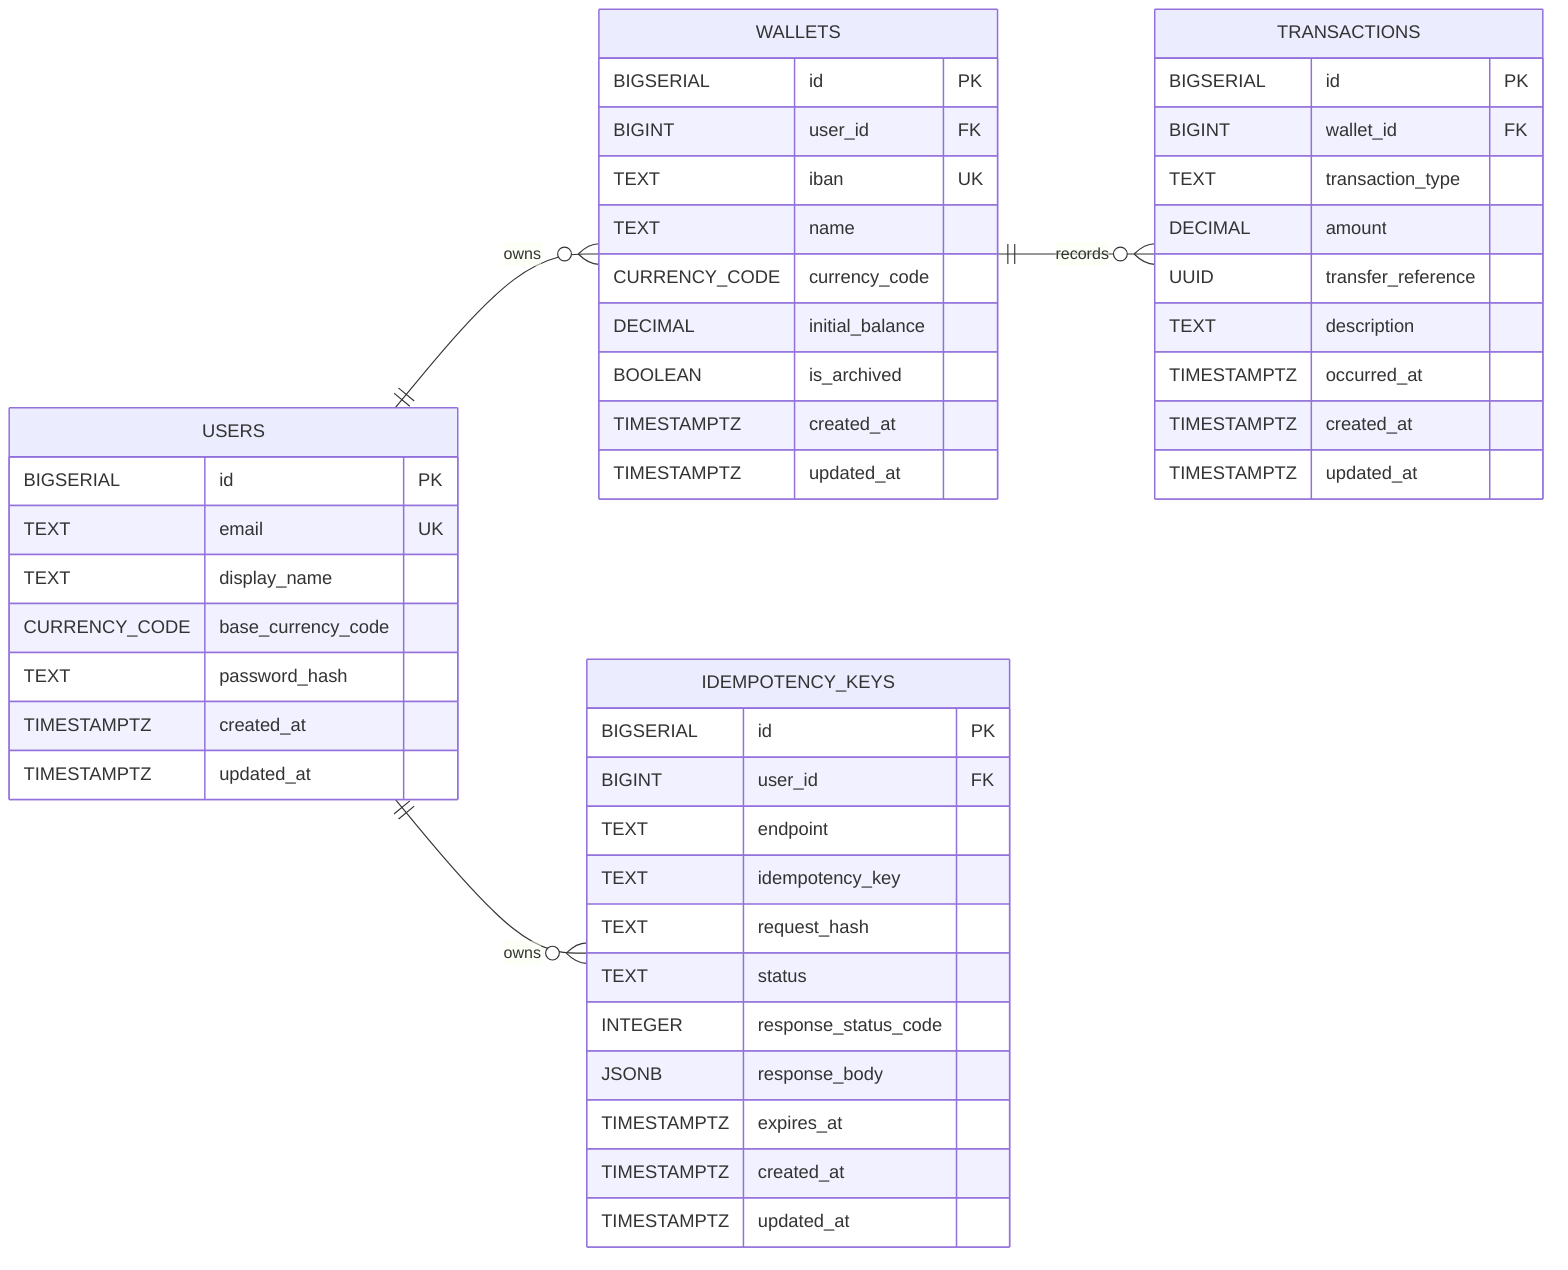
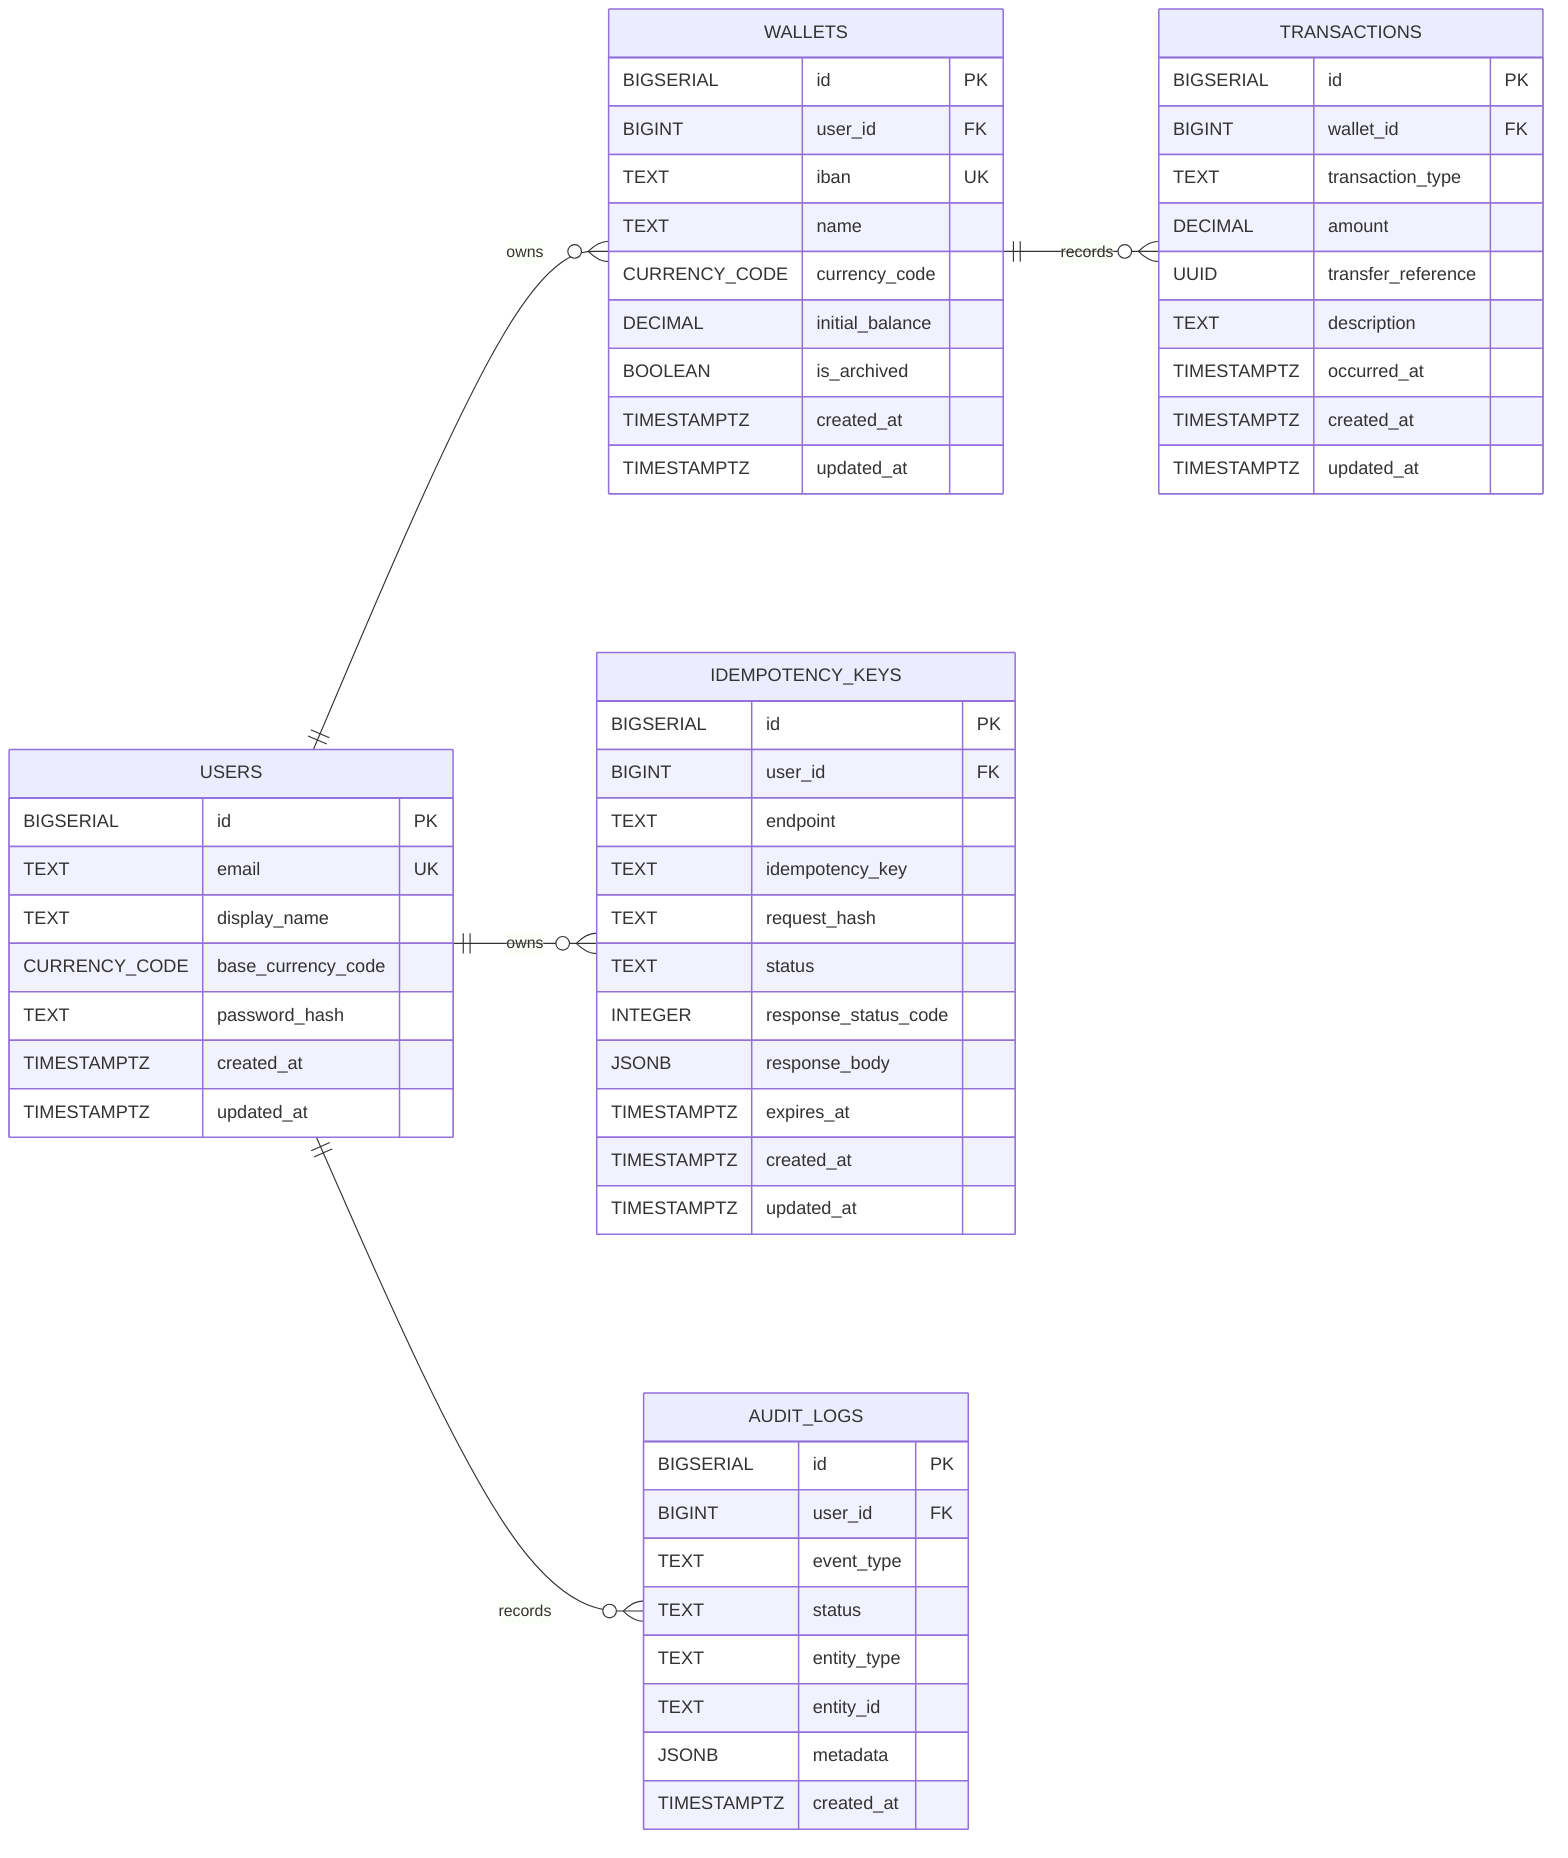
erDiagram
    direction LR
    USERS ||--o{ WALLETS : owns
    USERS ||--o{ IDEMPOTENCY_KEYS : owns
+     USERS ||--o{ AUDIT_LOGS : records
    WALLETS ||--o{ TRANSACTIONS : records

    USERS {
        BIGSERIAL id PK
        TEXT email UK
        TEXT display_name
        CURRENCY_CODE base_currency_code
        TEXT password_hash
        TIMESTAMPTZ created_at
        TIMESTAMPTZ updated_at
    }

    WALLETS {
        BIGSERIAL id PK
        BIGINT user_id FK
        TEXT iban UK
        TEXT name
        CURRENCY_CODE currency_code
        DECIMAL initial_balance
        BOOLEAN is_archived
        TIMESTAMPTZ created_at
        TIMESTAMPTZ updated_at
    }

    TRANSACTIONS {
        BIGSERIAL id PK
        BIGINT wallet_id FK
        TEXT transaction_type
        DECIMAL amount
        UUID transfer_reference
        TEXT description
        TIMESTAMPTZ occurred_at
        TIMESTAMPTZ created_at
        TIMESTAMPTZ updated_at
    }

    IDEMPOTENCY_KEYS {
        BIGSERIAL id PK
        BIGINT user_id FK
        TEXT endpoint
        TEXT idempotency_key
        TEXT request_hash
        TEXT status
        INTEGER response_status_code
        JSONB response_body
        TIMESTAMPTZ expires_at
        TIMESTAMPTZ created_at
        TIMESTAMPTZ updated_at
    }
+ 
+     AUDIT_LOGS {
+         BIGSERIAL id PK
+         BIGINT user_id FK
+         TEXT event_type
+         TEXT status
+         TEXT entity_type
+         TEXT entity_id
+         JSONB metadata
+         TIMESTAMPTZ created_at
+     }
